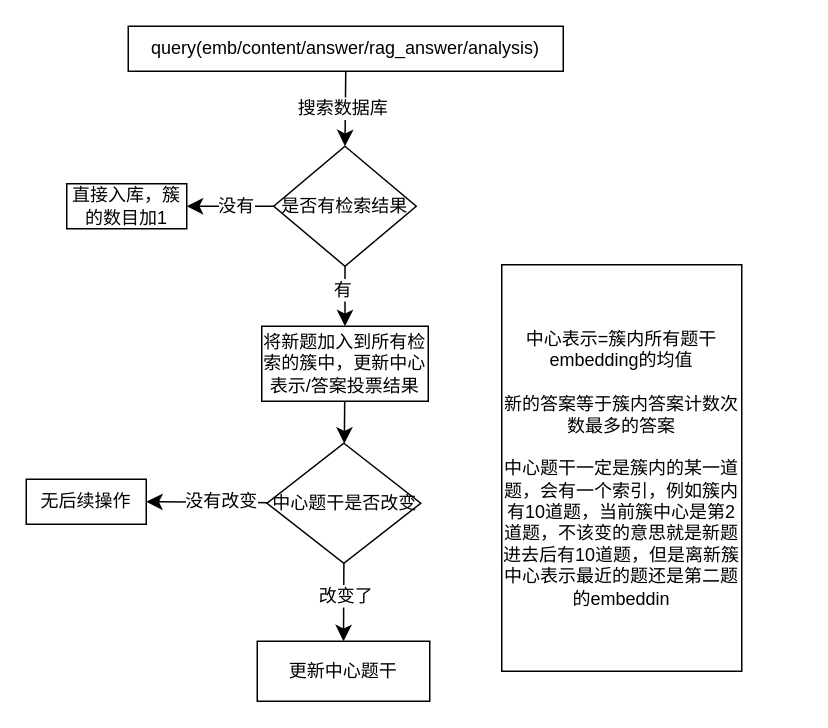
The draw.io diagram pics/add_data.drawio in QinHsiu/plot_demo, before the edit. Source tidied: cells renumbered, new cells numbered last; positions are measured from the earlier drawing's top-left corner, leaving out a move shared by most shapes. Both pictures are drawn from the tidied source at 150%, with x=0, y=0 at pixel (26, 26).
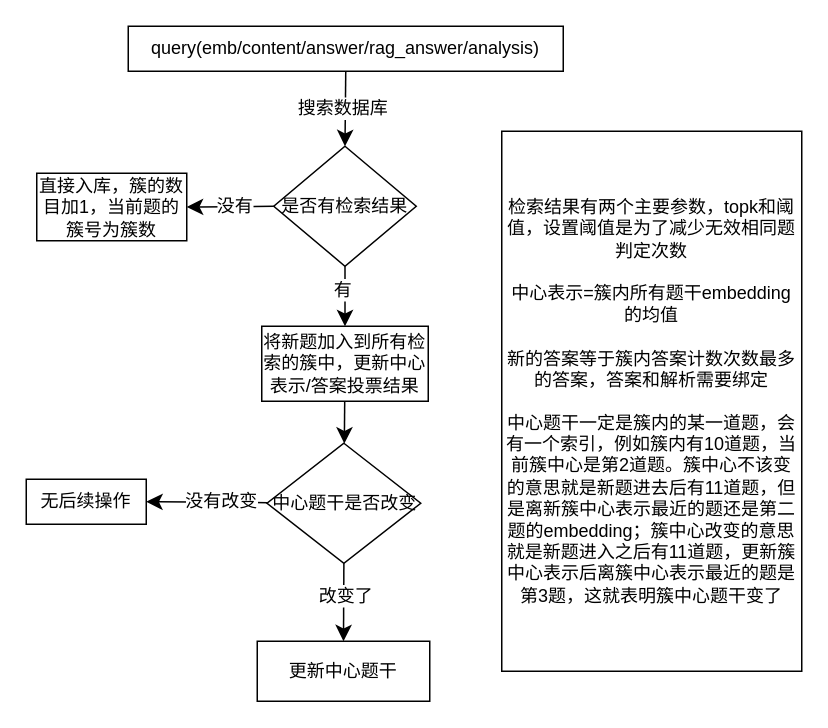
Above is the later version.

What changed in the source:
```diff
@@
-    <mxCell id="8" value="直接入库，簇的数目加1" style="rounded=0;whiteSpace=wrap;html=1;" parent="1" vertex="1">
-      <mxGeometry x="27" y="105" width="80" height="30" as="geometry" />
+    <mxCell id="8" value="直接入库，簇的数目加1，当前题的簇号为簇数" style="rounded=0;whiteSpace=wrap;html=1;" parent="1" vertex="1">
+      <mxGeometry x="7" y="98" width="100" height="45" as="geometry" />
     </mxCell>
@@
-    <mxCell id="21" value="中心表示=簇内所有题干embedding的均值&lt;div&gt;&lt;br&gt;&lt;div&gt;新的答案等于簇内答案计数次数最多的答案&lt;/div&gt;&lt;/div&gt;&lt;div&gt;&lt;br&gt;&lt;/div&gt;&lt;div&gt;中心题干一定是簇内的某一道题，会有一个索引，例如簇内有10道题，当前簇中心是第2道题，不该变的意思就是新题进去后有10道题，但是离新簇中心表示最近的题还是第二题的embeddin&lt;/div&gt;" style="rounded=0;whiteSpace=wrap;html=1;" parent="1" vertex="1">
-      <mxGeometry x="317" y="159" width="160" height="271" as="geometry" />
+    <mxCell id="21" value="&lt;div&gt;检索结果有两个主要参数，topk和阈值，设置阈值是为了减少无效相同题判定次数&lt;/div&gt;&lt;div&gt;&lt;br&gt;&lt;/div&gt;中心表示=簇内所有题干embedding的均值&lt;div&gt;&lt;br&gt;&lt;div&gt;新的答案等于簇内答案计数次数最多的答案，答案和解析需要绑定&lt;/div&gt;&lt;/div&gt;&lt;div&gt;&lt;br&gt;&lt;/div&gt;&lt;div&gt;中心题干一定是簇内的某一道题，会有一个索引，例如簇内有10道题，当前簇中心是第2道题。簇中心不该变的意思就是新题进去后有11道题，但是离新簇中心表示最近的题还是第二题的embedding；簇中心改变的意思就是新题进入之后有11道题，更新簇中心表示后离簇中心表示最近的题是第3题，这就表明簇中心题干变了&lt;/div&gt;" style="rounded=0;whiteSpace=wrap;html=1;" parent="1" vertex="1">
+      <mxGeometry x="317" y="70" width="200" height="360" as="geometry" />
     </mxCell>
```
